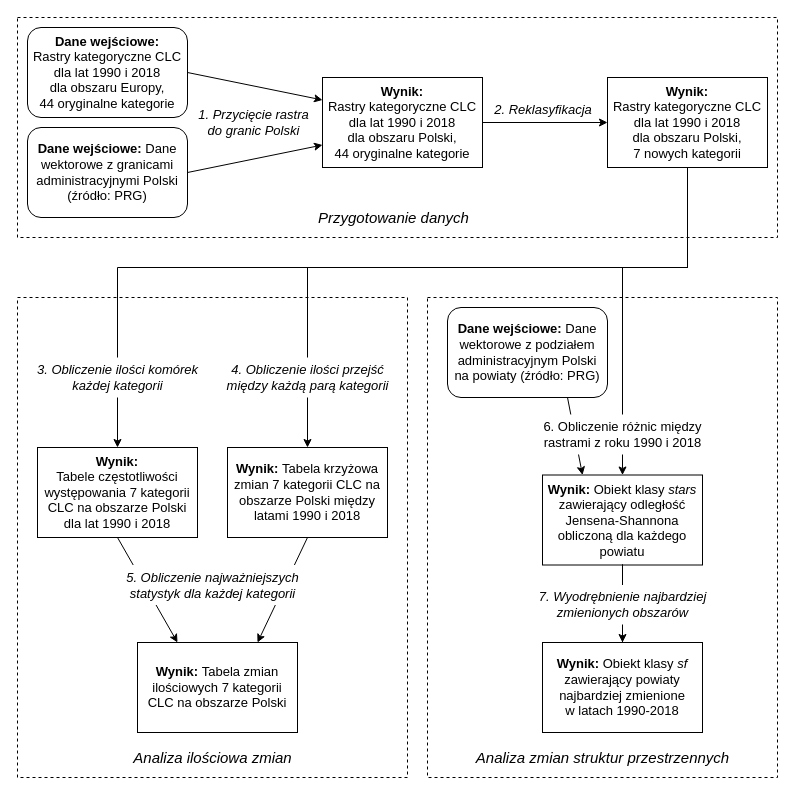
Above: data/diagram.drawio in blakos1/amuthesis (draw.io), before the change. Source tidied: cells renumbered, new cells numbered last; positions are measured from the earlier drawing's top-left corner, leaving out a move shared by most shapes. Both pictures are drawn from the tidied source at 100%, with x=0, y=0 at pixel (17, 17).
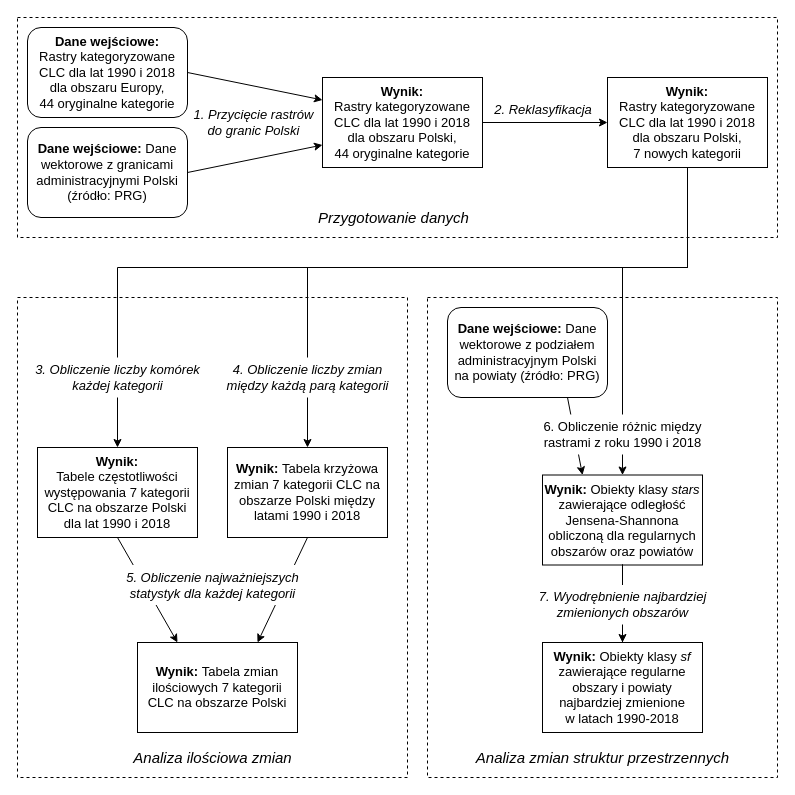
After the change.

The edit, as a diff of the source:
```diff
@@
-    <mxCell id="5" value="&lt;b style=&quot;font-size: 13px;&quot;&gt;Dane wejściowe:&lt;br style=&quot;font-size: 13px;&quot;&gt;&lt;/b&gt;Rastry kategoryczne CLC&lt;br style=&quot;font-size: 13px;&quot;&gt;dla lat 1990 i 2018&lt;br style=&quot;font-size: 13px;&quot;&gt;dla obszaru Europy,&lt;br style=&quot;font-size: 13px;&quot;&gt;44 oryginalne kategorie" style="rounded=1;whiteSpace=wrap;html=1;fontSize=13;" parent="1" vertex="1">
-      <mxGeometry x="10" y="10" width="160" height="90" as="geometry" />
-    </mxCell>
@@
-    <mxCell id="7" value="&lt;b style=&quot;font-size: 13px&quot;&gt;Dane wejściowe:&amp;nbsp;&lt;/b&gt;Dane wektorowe z granicami administracyjnymi Polski (źródło: PRG)" style="rounded=1;whiteSpace=wrap;html=1;fontSize=13;" parent="1" vertex="1">
-      <mxGeometry x="10" y="110" width="160" height="90" as="geometry" />
-    </mxCell>
@@
-    <mxCell id="11" value="&lt;b style=&quot;font-size: 13px&quot;&gt;Wynik:&lt;br&gt;&lt;/b&gt;Rastry kategoryczne CLC&lt;br&gt;dla lat 1990 i 2018&lt;br style=&quot;font-size: 13px&quot;&gt;dla obszaru Polski,&lt;br style=&quot;font-size: 13px&quot;&gt;7 nowych kategorii" style="rounded=0;whiteSpace=wrap;html=1;fontSize=13;" parent="1" vertex="1">
+    <mxCell id="11" value="&lt;span style=&quot;font-size: 13px&quot;&gt;&lt;b&gt;Wynik:&lt;br&gt;&lt;/b&gt;&lt;/span&gt;Rastry kategoryzowane&lt;br&gt;CLC dla lat 1990 i 2018&lt;br style=&quot;font-size: 13px&quot;&gt;dla obszaru Polski,&lt;br style=&quot;font-size: 13px&quot;&gt;7 nowych kategorii" style="rounded=0;whiteSpace=wrap;html=1;fontSize=13;" parent="1" vertex="1">
       <mxGeometry x="590" y="60" width="160" height="90" as="geometry" />
     </mxCell>
@@
-    <mxCell id="16" value="&lt;i style=&quot;font-size: 13px&quot;&gt;1. Przycięcie rastra&lt;br&gt;do granic Polski&lt;/i&gt;" style="text;html=1;align=center;verticalAlign=middle;strokeColor=none;fillColor=default;fontSize=13;" parent="1" vertex="1">
-      <mxGeometry x="171" y="85" width="130" height="40" as="geometry" />
+    <mxCell id="16" value="&lt;i style=&quot;font-size: 13px&quot;&gt;1. Przycięcie rastrów&lt;br&gt;do granic Polski&lt;/i&gt;" style="text;html=1;align=center;verticalAlign=middle;strokeColor=none;fillColor=none;fontSize=13;" parent="1" vertex="1">
+      <mxGeometry x="166" y="85" width="140" height="40" as="geometry" />
     </mxCell>
@@
-    <mxCell id="23" value="&lt;b style=&quot;font-size: 13px;&quot;&gt;Wynik:&amp;nbsp;&lt;/b&gt;Obiekt klasy&amp;nbsp;&lt;i style=&quot;font-size: 13px;&quot;&gt;stars&lt;br style=&quot;font-size: 13px;&quot;&gt;&lt;/i&gt;zawierający odległość Jensena-Shannona obliczoną&lt;span style=&quot;font-size: 13px;&quot;&gt;&amp;nbsp;dla każdego&lt;br style=&quot;font-size: 13px;&quot;&gt;powiatu&lt;/span&gt;" style="rounded=0;whiteSpace=wrap;html=1;fontSize=13;" parent="1" vertex="1">
+    <mxCell id="23" value="&lt;b style=&quot;font-size: 13px&quot;&gt;Wynik:&amp;nbsp;&lt;/b&gt;Obiekty klasy&amp;nbsp;&lt;i style=&quot;font-size: 13px&quot;&gt;stars&lt;br style=&quot;font-size: 13px&quot;&gt;&lt;/i&gt;zawierające odległość Jensena-Shannona obliczoną&lt;span style=&quot;font-size: 13px&quot;&gt;&amp;nbsp;dla regularnych obszarów oraz powiatów&lt;br&gt;&lt;/span&gt;" style="rounded=0;whiteSpace=wrap;html=1;fontSize=13;" parent="1" vertex="1">
       <mxGeometry x="525" y="457.5" width="160" height="90" as="geometry" />
     </mxCell>
-    <mxCell id="24" value="&lt;i style=&quot;font-size: 13px;&quot;&gt;3. Obliczenie ilości komórek&lt;br style=&quot;font-size: 13px;&quot;&gt;każdej kategorii&lt;/i&gt;" style="text;html=1;align=center;verticalAlign=middle;strokeColor=none;fillColor=default;rotation=0;fontSize=13;" parent="1" vertex="1">
+    <mxCell id="24" value="&lt;i style=&quot;font-size: 13px&quot;&gt;3. Obliczenie liczby komórek&lt;br style=&quot;font-size: 13px&quot;&gt;każdej kategorii&lt;/i&gt;" style="text;html=1;align=center;verticalAlign=middle;strokeColor=none;fillColor=default;rotation=0;fontSize=13;" parent="1" vertex="1">
       <mxGeometry x="10" y="340" width="180" height="40" as="geometry" />
     </mxCell>
@@
-    <mxCell id="26" value="&lt;b style=&quot;font-size: 13px;&quot;&gt;Wynik: &lt;/b&gt;&lt;span style=&quot;font-size: 13px;&quot;&gt;Obiekt klasy &lt;i style=&quot;font-size: 13px;&quot;&gt;sf&lt;/i&gt;&lt;br style=&quot;font-size: 13px;&quot;&gt;zawierający powiaty najbardziej zmienione&lt;br style=&quot;font-size: 13px;&quot;&gt;w latach 1990-2018&lt;/span&gt;" style="rounded=0;whiteSpace=wrap;html=1;fontSize=13;" parent="1" vertex="1">
+    <mxCell id="26" value="&lt;b style=&quot;font-size: 13px&quot;&gt;Wynik: &lt;/b&gt;&lt;span style=&quot;font-size: 13px&quot;&gt;Obiekty klasy &lt;i style=&quot;font-size: 13px&quot;&gt;sf&lt;/i&gt;&lt;br style=&quot;font-size: 13px&quot;&gt;zawierające regularne obszary i powiaty najbardziej zmienione&lt;br style=&quot;font-size: 13px&quot;&gt;w latach 1990-2018&lt;/span&gt;" style="rounded=0;whiteSpace=wrap;html=1;fontSize=13;" parent="1" vertex="1">
       <mxGeometry x="525" y="625" width="160" height="90" as="geometry" />
     </mxCell>
@@
-    <mxCell id="28" value="&lt;b style=&quot;font-size: 13px&quot;&gt;Wynik:&lt;br&gt;&lt;/b&gt;Rastry kategoryczne CLC&lt;br&gt;dla lat 1990 i 2018&lt;br style=&quot;font-size: 13px&quot;&gt;dla obszaru Polski,&lt;br style=&quot;font-size: 13px&quot;&gt;44 oryginalne kategorie" style="rounded=0;whiteSpace=wrap;html=1;fontSize=13;" parent="1" vertex="1">
-      <mxGeometry x="305" y="60" width="160" height="90" as="geometry" />
-    </mxCell>
@@
-    <mxCell id="35" value="&lt;i style=&quot;font-size: 13px;&quot;&gt;4. Obliczenie ilości przejść&lt;br style=&quot;font-size: 13px;&quot;&gt;między każdą parą kategorii&lt;/i&gt;" style="text;html=1;align=center;verticalAlign=middle;strokeColor=none;fillColor=default;rotation=0;fontSize=13;" parent="1" vertex="1">
+    <mxCell id="35" value="&lt;i style=&quot;font-size: 13px&quot;&gt;4. Obliczenie liczby zmian&lt;br style=&quot;font-size: 13px&quot;&gt;między każdą parą kategorii&lt;/i&gt;" style="text;html=1;align=center;verticalAlign=middle;strokeColor=none;fillColor=default;rotation=0;fontSize=13;" parent="1" vertex="1">
       <mxGeometry x="200" y="340" width="180" height="40" as="geometry" />
     </mxCell>
+    <mxCell id="7" value="&lt;b style=&quot;font-size: 13px&quot;&gt;Dane wejściowe:&amp;nbsp;&lt;/b&gt;Dane wektorowe z granicami administracyjnymi Polski (źródło: PRG)" style="rounded=1;whiteSpace=wrap;html=1;fontSize=13;" parent="1" vertex="1">
+      <mxGeometry x="10" y="110" width="160" height="90" as="geometry" />
+    </mxCell>
+    <mxCell id="5" value="&lt;b style=&quot;font-size: 13px&quot;&gt;Dane wejściowe:&lt;br style=&quot;font-size: 13px&quot;&gt;&lt;/b&gt;Rastry kategoryzowane CLC dla lat 1990 i 2018&lt;br style=&quot;font-size: 13px&quot;&gt;dla obszaru Europy,&lt;br style=&quot;font-size: 13px&quot;&gt;44 oryginalne kategorie" style="rounded=1;whiteSpace=wrap;html=1;fontSize=13;" parent="1" vertex="1">
+      <mxGeometry x="10" y="10" width="160" height="90" as="geometry" />
+    </mxCell>
+    <mxCell id="28" value="&lt;span style=&quot;font-size: 13px&quot;&gt;&lt;b&gt;Wynik:&lt;br&gt;&lt;/b&gt;&lt;/span&gt;Rastry kategoryzowane&lt;br&gt;CLC dla lat 1990 i 2018&lt;br style=&quot;font-size: 13px&quot;&gt;dla obszaru Polski,&lt;br style=&quot;font-size: 13px&quot;&gt;44 oryginalne kategorie" style="rounded=0;whiteSpace=wrap;html=1;fontSize=13;" parent="1" vertex="1">
+      <mxGeometry x="305" y="60" width="160" height="90" as="geometry" />
+    </mxCell>
```
